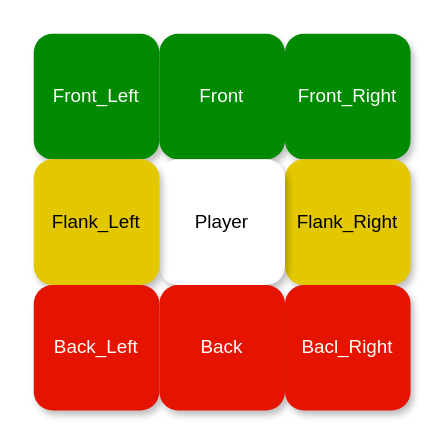
paragonmac/SUD keeps this draw.io diagram as combatLayout.drawio. Above is the earlier version. Source tidied: cells renumbered, new cells numbered last; positions are measured from the earlier drawing's top-left corner, leaving out a move shared by most shapes. Both pictures are drawn from the tidied source at 157%, with x=0, y=0 at pixel (33, 33).
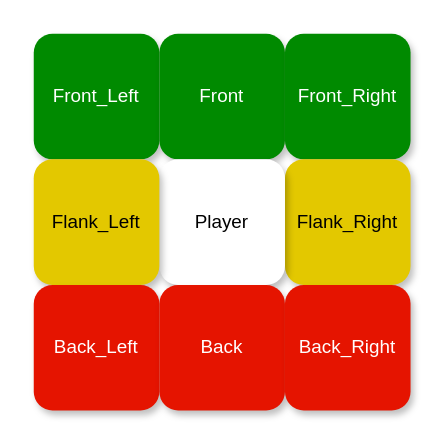
The same page after the edit.

What changed in the source:
```diff
@@
 <mxGraphModel>
   <root>
     <mxCell id="0" />
     <mxCell id="1" parent="0" />
     <mxCell id="2" value="Front_Left" style="whiteSpace=wrap;html=1;fillColor=#008a00;fontColor=#ffffff;strokeColor=none;strokeWidth=6;glass=0;rounded=1;shadow=1;" parent="1" vertex="1">
       <mxGeometry width="80" height="80" as="geometry" />
     </mxCell>
     <mxCell id="3" value="Front" style="whiteSpace=wrap;html=1;fillColor=#008a00;fontColor=#ffffff;strokeColor=none;strokeWidth=6;glass=0;rounded=1;shadow=1;" parent="1" vertex="1">
       <mxGeometry x="80" width="80" height="80" as="geometry" />
     </mxCell>
     <mxCell id="4" value="Front_Right" style="whiteSpace=wrap;html=1;fillColor=#008a00;fontColor=#ffffff;strokeColor=none;strokeWidth=6;glass=0;rounded=1;shadow=1;" parent="1" vertex="1">
       <mxGeometry x="160" width="80" height="80" as="geometry" />
     </mxCell>
     <mxCell id="5" value="Flank_Right" style="whiteSpace=wrap;html=1;fillColor=#e3c800;fontColor=#000000;strokeColor=none;strokeWidth=6;glass=0;rounded=1;shadow=1;" parent="1" vertex="1">
       <mxGeometry x="160" y="80" width="80" height="80" as="geometry" />
     </mxCell>
     <mxCell id="6" value="Player" style="whiteSpace=wrap;html=1;strokeWidth=6;glass=0;rounded=1;shadow=1;strokeColor=none;" parent="1" vertex="1">
       <mxGeometry x="80" y="80" width="80" height="80" as="geometry" />
     </mxCell>
     <mxCell id="7" value="Flank_Left" style="whiteSpace=wrap;html=1;fillColor=#e3c800;fontColor=#000000;strokeColor=none;strokeWidth=6;glass=0;rounded=1;shadow=1;" parent="1" vertex="1">
       <mxGeometry y="80" width="80" height="80" as="geometry" />
     </mxCell>
     <mxCell id="8" value="Back_Left" style="whiteSpace=wrap;html=1;fillColor=#e51400;fontColor=#ffffff;strokeColor=none;strokeWidth=6;glass=0;rounded=1;shadow=1;" parent="1" vertex="1">
       <mxGeometry y="160" width="80" height="80" as="geometry" />
     </mxCell>
     <mxCell id="9" value="Back" style="whiteSpace=wrap;html=1;fillColor=#e51400;fontColor=#ffffff;strokeColor=none;strokeWidth=6;glass=0;rounded=1;shadow=1;" parent="1" vertex="1">
       <mxGeometry x="80" y="160" width="80" height="80" as="geometry" />
     </mxCell>
-    <mxCell id="10" value="Bacl_Right" style="whiteSpace=wrap;html=1;fillColor=#e51400;fontColor=#ffffff;strokeColor=none;strokeWidth=6;glass=0;rounded=1;shadow=1;" parent="1" vertex="1">
+    <mxCell id="10" value="Back_Right" style="whiteSpace=wrap;html=1;fillColor=#e51400;fontColor=#ffffff;strokeColor=none;strokeWidth=6;glass=0;rounded=1;shadow=1;" parent="1" vertex="1">
       <mxGeometry x="160" y="160" width="80" height="80" as="geometry" />
     </mxCell>
   </root>
 </mxGraphModel>
```
